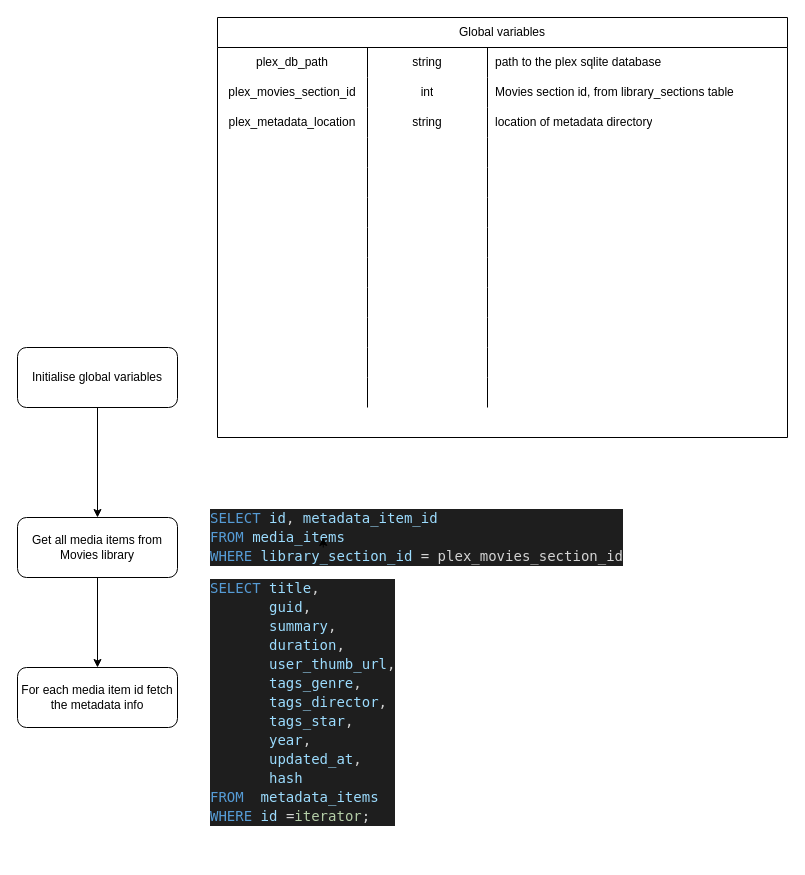
ananchev/ifc-plex-stalker keeps this draw.io diagram as page "Page-2" (2 of 2) of development/update-stalker.drawio. Above is the earlier version. Source tidied: cells renumbered, new cells numbered last; positions are measured from the earlier drawing's top-left corner, leaving out a move shared by most shapes. Both pictures are drawn from the tidied source at 100%, with x=0, y=0 at pixel (17, 17).
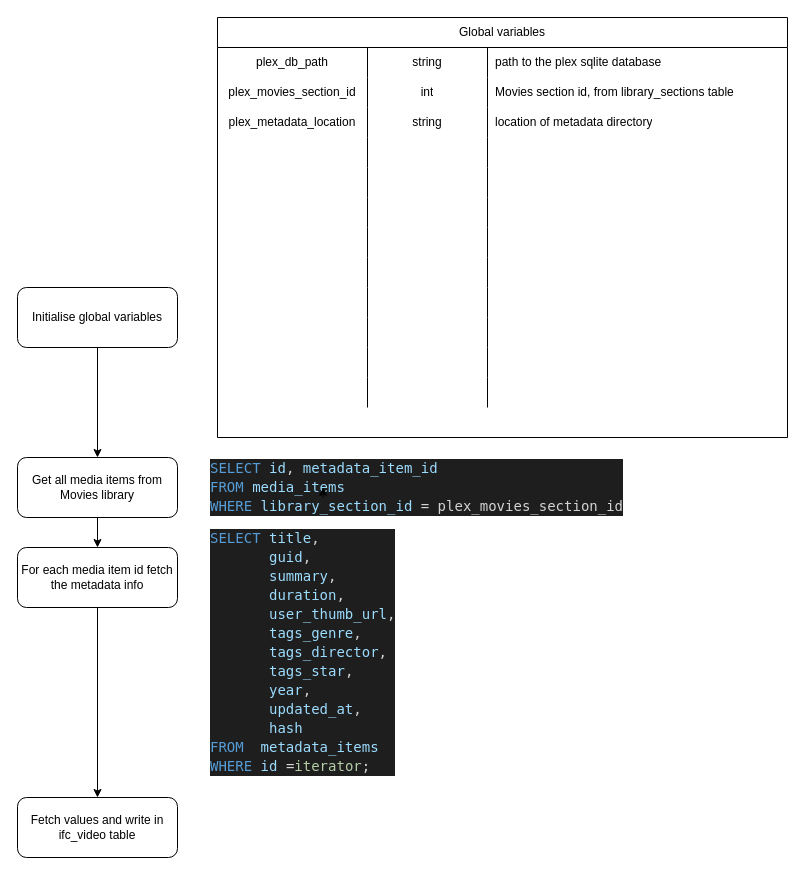
After the change.

Diff of the diagram source:
```diff
@@
     <mxCell id="3" value="Get all media items from Movies library" style="rounded=1;whiteSpace=wrap;html=1;" parent="1" vertex="1">
-      <mxGeometry y="500" width="160" height="60" as="geometry" />
+      <mxGeometry y="440" width="160" height="60" as="geometry" />
     </mxCell>
     <mxCell id="4" value="&lt;div style=&quot;color: rgb(212 , 212 , 212) ; background-color: rgb(30 , 30 , 30) ; font-family: &amp;#34;droid sans mono&amp;#34; , &amp;#34;monospace&amp;#34; , monospace , &amp;#34;droid sans fallback&amp;#34; ; font-weight: normal ; font-size: 14px ; line-height: 19px&quot;&gt;&lt;div&gt;&lt;span style=&quot;color: #569cd6&quot;&gt;SELECT&lt;/span&gt;&lt;span style=&quot;color: #d4d4d4&quot;&gt; &lt;/span&gt;&lt;span style=&quot;color: #9cdcfe&quot;&gt;id&lt;/span&gt;&lt;span style=&quot;color: #d4d4d4&quot;&gt;, &lt;/span&gt;&lt;span style=&quot;color: #9cdcfe&quot;&gt;metadata_item_id&lt;/span&gt;&lt;span style=&quot;color: #d4d4d4&quot;&gt;&lt;br&gt;&lt;/span&gt;&lt;/div&gt;&lt;div&gt;&lt;span style=&quot;color: #d4d4d4&quot;&gt;&lt;/span&gt;&lt;span style=&quot;color: #569cd6&quot;&gt;FROM&lt;/span&gt;&lt;span style=&quot;color: #d4d4d4&quot;&gt; &lt;/span&gt;&lt;span style=&quot;color: #9cdcfe&quot;&gt;media_items&lt;/span&gt;&lt;span style=&quot;color: #d4d4d4&quot;&gt; &lt;/span&gt;&lt;span style=&quot;color: #569cd6&quot;&gt;&lt;br&gt;&lt;/span&gt;&lt;/div&gt;&lt;div&gt;&lt;span style=&quot;color: #569cd6&quot;&gt;WHERE&lt;/span&gt;&lt;span style=&quot;color: #d4d4d4&quot;&gt; &lt;/span&gt;&lt;span style=&quot;color: #9cdcfe&quot;&gt;library_section_id&lt;/span&gt;&lt;span style=&quot;color: #d4d4d4&quot;&gt; = &lt;/span&gt;plex_movies_section_id&lt;span style=&quot;color: #b5cea8&quot;&gt;&lt;/span&gt;&lt;span style=&quot;color: #d4d4d4&quot;&gt; &lt;/span&gt;&lt;/div&gt;&lt;/div&gt;" style="text;html=1;strokeColor=none;align=left;verticalAlign=middle;whiteSpace=wrap;rounded=0;" parent="1" vertex="1">
-      <mxGeometry x="191" y="510" width="459" height="20" as="geometry" />
+      <mxGeometry x="191" y="460" width="459" height="20" as="geometry" />
     </mxCell>
@@
     <mxCell id="6" value="Initialise global variables" style="rounded=1;whiteSpace=wrap;html=1;" parent="1" vertex="1">
-      <mxGeometry y="330" width="160" height="60" as="geometry" />
+      <mxGeometry y="270" width="160" height="60" as="geometry" />
     </mxCell>
@@
+    <mxCell id="59" style="edgeStyle=orthogonalEdgeStyle;rounded=0;jettySize=auto;html=1;entryX=0.5;entryY=0;entryDx=0;entryDy=0;" parent="1" edge="1" source="57" target="60">
+      <mxGeometry relative="1" as="geometry" />
+    </mxCell>
     <mxCell id="57" value="For each media item id fetch the metadata info" style="rounded=1;whiteSpace=wrap;html=1;" parent="1" vertex="1">
-      <mxGeometry y="650" width="160" height="60" as="geometry" />
+      <mxGeometry y="530" width="160" height="60" as="geometry" />
     </mxCell>
     <mxCell id="58" value="&lt;div style=&quot;color: rgb(212 , 212 , 212) ; background-color: rgb(30 , 30 , 30) ; font-family: &amp;#34;droid sans mono&amp;#34; , &amp;#34;monospace&amp;#34; , monospace , &amp;#34;droid sans fallback&amp;#34; ; font-weight: normal ; font-size: 14px ; line-height: 19px&quot;&gt;&lt;div&gt;&lt;span style=&quot;color: #569cd6&quot;&gt;SELECT&lt;/span&gt;&lt;span style=&quot;color: #d4d4d4&quot;&gt;  &lt;/span&gt;&lt;span style=&quot;color: #9cdcfe&quot;&gt;title&lt;/span&gt;&lt;span style=&quot;color: #d4d4d4&quot;&gt;,&lt;/span&gt;&lt;/div&gt;&lt;div&gt;&lt;span style=&quot;color: #d4d4d4&quot;&gt;&amp;nbsp;&amp;nbsp;&amp;nbsp;&amp;nbsp;&amp;nbsp;&amp;nbsp;        &lt;/span&gt;&lt;span style=&quot;color: #9cdcfe&quot;&gt;guid&lt;/span&gt;&lt;span style=&quot;color: #d4d4d4&quot;&gt;,&lt;/span&gt;&lt;/div&gt;&lt;div&gt;&lt;span style=&quot;color: #d4d4d4&quot;&gt;&amp;nbsp;&amp;nbsp;&amp;nbsp;&amp;nbsp;&amp;nbsp;&amp;nbsp;        &lt;/span&gt;&lt;span style=&quot;color: #9cdcfe&quot;&gt;summary&lt;/span&gt;&lt;span style=&quot;color: #d4d4d4&quot;&gt;,&lt;/span&gt;&lt;/div&gt;&lt;div&gt;&lt;span style=&quot;color: #d4d4d4&quot;&gt;&amp;nbsp;&amp;nbsp;&amp;nbsp;&amp;nbsp;&amp;nbsp;&amp;nbsp;        &lt;/span&gt;&lt;span style=&quot;color: #9cdcfe&quot;&gt;duration&lt;/span&gt;&lt;span style=&quot;color: #d4d4d4&quot;&gt;,&lt;/span&gt;&lt;/div&gt;&lt;div&gt;&lt;span style=&quot;color: #d4d4d4&quot;&gt;&amp;nbsp;&amp;nbsp;&amp;nbsp;&amp;nbsp;&amp;nbsp;&amp;nbsp;        &lt;/span&gt;&lt;span style=&quot;color: #9cdcfe&quot;&gt;user_thumb_url&lt;/span&gt;&lt;span style=&quot;color: #d4d4d4&quot;&gt;,&lt;/span&gt;&lt;/div&gt;&lt;div&gt;&lt;span style=&quot;color: #d4d4d4&quot;&gt;&amp;nbsp;&amp;nbsp;&amp;nbsp;&amp;nbsp;&amp;nbsp;&amp;nbsp;        &lt;/span&gt;&lt;span style=&quot;color: #9cdcfe&quot;&gt;tags_genre&lt;/span&gt;&lt;span style=&quot;color: #d4d4d4&quot;&gt;,&lt;/span&gt;&lt;/div&gt;&lt;div&gt;&lt;span style=&quot;color: #d4d4d4&quot;&gt;&amp;nbsp;&amp;nbsp;&amp;nbsp;&amp;nbsp;&amp;nbsp;&amp;nbsp;        &lt;/span&gt;&lt;span style=&quot;color: #9cdcfe&quot;&gt;tags_director&lt;/span&gt;&lt;span style=&quot;color: #d4d4d4&quot;&gt;,&lt;/span&gt;&lt;/div&gt;&lt;div&gt;&lt;span style=&quot;color: #d4d4d4&quot;&gt;&amp;nbsp;&amp;nbsp;&amp;nbsp;&amp;nbsp;&amp;nbsp;&amp;nbsp;        &lt;/span&gt;&lt;span style=&quot;color: #9cdcfe&quot;&gt;tags_star&lt;/span&gt;&lt;span style=&quot;color: #d4d4d4&quot;&gt;,&lt;/span&gt;&lt;/div&gt;&lt;div&gt;&lt;span style=&quot;color: #d4d4d4&quot;&gt;&amp;nbsp;&amp;nbsp;&amp;nbsp;&amp;nbsp;&amp;nbsp;&amp;nbsp;        &lt;/span&gt;&lt;span style=&quot;color: #9cdcfe&quot;&gt;year&lt;/span&gt;&lt;span style=&quot;color: #d4d4d4&quot;&gt;,&lt;/span&gt;&lt;/div&gt;&lt;div&gt;&lt;span style=&quot;color: #d4d4d4&quot;&gt;&amp;nbsp;&amp;nbsp;&amp;nbsp;&amp;nbsp;&amp;nbsp;&amp;nbsp;        &lt;/span&gt;&lt;span style=&quot;color: #9cdcfe&quot;&gt;updated_at&lt;/span&gt;&lt;span style=&quot;color: #d4d4d4&quot;&gt;,&lt;/span&gt;&lt;/div&gt;&lt;div&gt;&lt;span style=&quot;color: #d4d4d4&quot;&gt;&amp;nbsp;&amp;nbsp;&amp;nbsp;&amp;nbsp;&amp;nbsp;&amp;nbsp;        &lt;/span&gt;&lt;span style=&quot;color: #9cdcfe&quot;&gt;hash&lt;/span&gt;&lt;/div&gt;&lt;div&gt;&lt;span style=&quot;color: #569cd6&quot;&gt;FROM&lt;/span&gt;&lt;span style=&quot;color: #d4d4d4&quot;&gt;&amp;nbsp; &lt;/span&gt;&lt;span style=&quot;color: #9cdcfe&quot;&gt;metadata_items&lt;/span&gt;&lt;span style=&quot;color: #d4d4d4&quot;&gt; &lt;/span&gt;&lt;/div&gt;&lt;div&gt;&lt;span style=&quot;color: #569cd6&quot;&gt;WHERE&lt;/span&gt;&lt;span style=&quot;color: #d4d4d4&quot;&gt; &lt;/span&gt;&lt;span style=&quot;color: #9cdcfe&quot;&gt;id&lt;/span&gt;&lt;span style=&quot;color: #d4d4d4&quot;&gt; =&lt;/span&gt;&lt;span style=&quot;color: #b5cea8&quot;&gt;iterator&lt;/span&gt;&lt;span style=&quot;color: #d4d4d4&quot;&gt;;&lt;/span&gt;&lt;/div&gt;&lt;/div&gt;" style="text;html=1;strokeColor=none;fillColor=none;align=left;verticalAlign=middle;whiteSpace=wrap;rounded=0;" parent="1" vertex="1">
-      <mxGeometry x="191" y="560" width="189" height="250" as="geometry" />
+      <mxGeometry x="191" y="510" width="189" height="250" as="geometry" />
     </mxCell>
+    <mxCell id="60" value="Fetch values and write in ifc_video table" style="rounded=1;whiteSpace=wrap;html=1;" parent="1" vertex="1">
+      <mxGeometry y="780" width="160" height="60" as="geometry" />
+    </mxCell>
```
